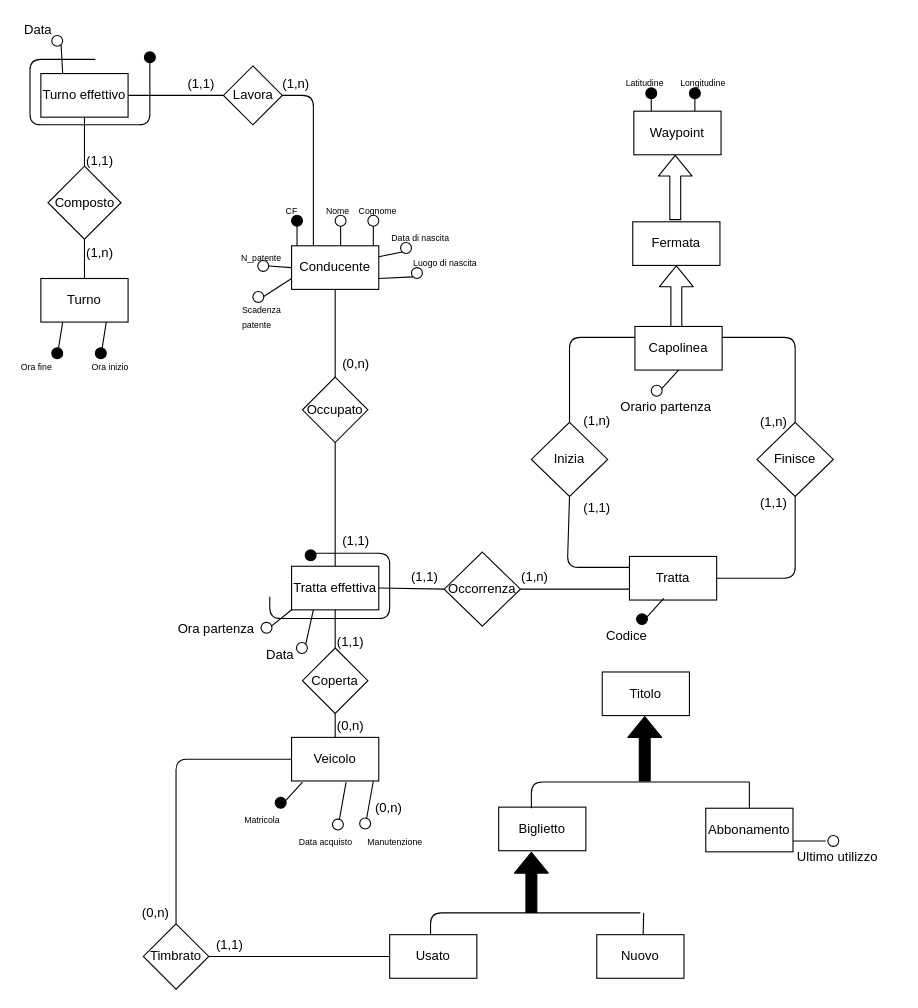
Ivan-Palm/Progetto-Basi-di-Dati keeps this draw.io diagram as ER ristrutturato.drawio. Above is the earlier version. Source tidied: cells renumbered, new cells numbered last; positions are measured from the earlier drawing's top-left corner, leaving out a move shared by most shapes. Both pictures are drawn from the tidied source at 109%, with x=0, y=0 at pixel (19, 19).
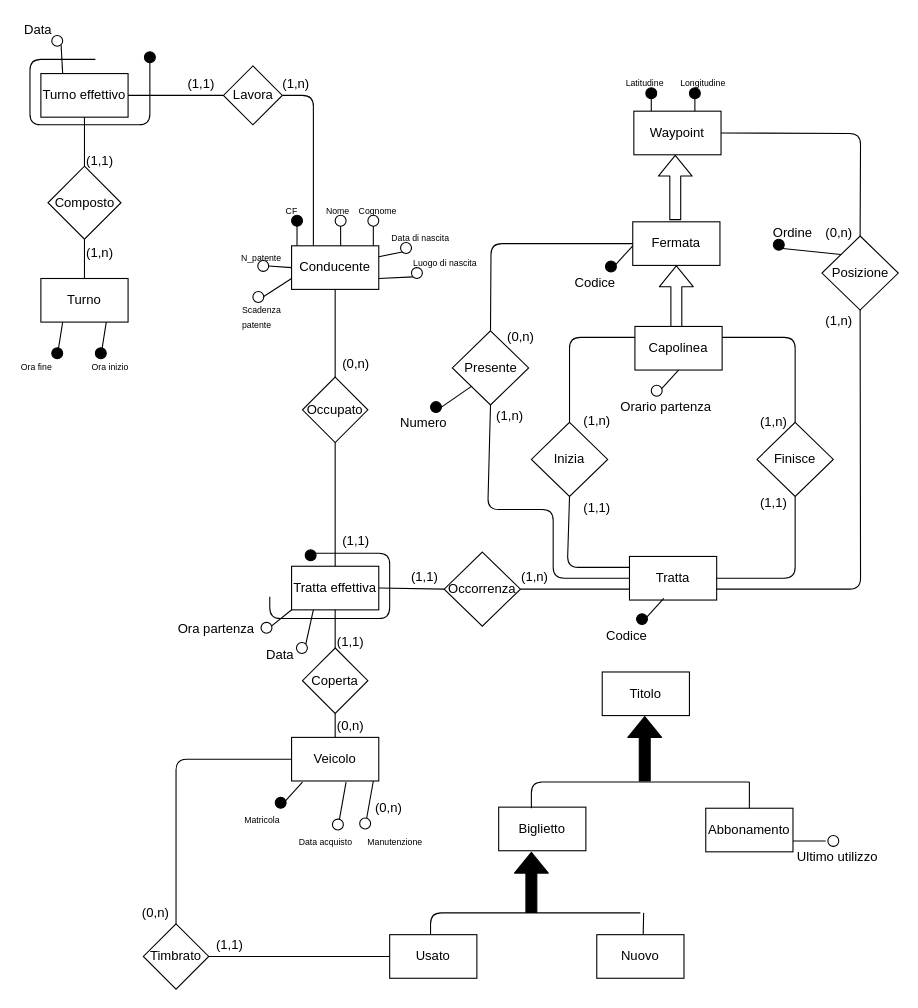
After the change.

Unchanged cells that the change refers to:
```xml
<mxCell id="6" value="Tratta" style="rounded=0;whiteSpace=wrap;html=1;" parent="1" vertex="1">
  <mxGeometry x="560" y="493" width="80" height="40" as="geometry" />
</mxCell>
<mxCell id="8" value="Fermata" style="rounded=0;whiteSpace=wrap;html=1;" parent="1" vertex="1">
  <mxGeometry x="563" y="186" width="80" height="40" as="geometry" />
</mxCell>
<mxCell id="14" value="Waypoint" style="rounded=0;whiteSpace=wrap;html=1;" parent="1" vertex="1">
  <mxGeometry x="564" y="84.5" width="80" height="40" as="geometry" />
</mxCell>
```

Change to the diagram source:
```diff
@@
+    <mxCell id="129" style="endArrow=none;html=1;fillColor=#000000;exitX=0.125;exitY=1.025;exitDx=0;exitDy=0;exitPerimeter=0;" parent="1" edge="1">
+      <mxGeometry relative="1" as="geometry">
+        <mxPoint x="563" y="208" as="sourcePoint" />
+        <mxPoint x="543" y="230" as="targetPoint" />
+      </mxGeometry>
+    </mxCell>
+    <mxCell id="130" value="Codice" style="text;html=1;align=left;verticalAlign=top;spacingTop=-4;" parent="1" vertex="1">
+      <mxGeometry x="508" y="232" width="50" height="20" as="geometry" />
+    </mxCell>
+    <mxCell id="131" style="ellipse;whiteSpace=wrap;html=1;fillColor=#000000;" parent="1" vertex="1">
+      <mxGeometry x="538" y="222" width="10" height="10" as="geometry" />
+    </mxCell>
+    <mxCell id="132" style="endArrow=none;html=1;entryX=0.5;entryY=1;entryDx=0;entryDy=0;exitX=0;exitY=0.5;exitDx=0;exitDy=0;" parent="1" edge="1" source="6" target="133">
+      <mxGeometry relative="1" as="geometry">
+        <Array as="points">
+          <mxPoint x="490" y="513" />
+          <mxPoint x="490" y="450" />
+          <mxPoint x="430" y="450" />
+        </Array>
+      </mxGeometry>
+    </mxCell>
+    <mxCell id="133" value="Presente" style="rhombus;whiteSpace=wrap;html=1;" parent="1" vertex="1">
+      <mxGeometry x="397.5" y="286" width="70" height="68" as="geometry" />
+    </mxCell>
+    <mxCell id="134" style="endArrow=none;html=1;entryX=0;entryY=0.5;entryDx=0;entryDy=0;exitX=0.5;exitY=0;exitDx=0;exitDy=0;" parent="1" edge="1" source="133" target="8">
+      <mxGeometry relative="1" as="geometry">
+        <Array as="points">
+          <mxPoint x="433" y="206" />
+        </Array>
+      </mxGeometry>
+    </mxCell>
+    <mxCell id="135" style="ellipse;whiteSpace=wrap;html=1;fillColor=#000000;" parent="1" vertex="1">
+      <mxGeometry x="692" y="202" width="10" height="10" as="geometry" />
+    </mxCell>
+    <mxCell id="136" value="Ordine" style="text;html=1;align=left;verticalAlign=top;spacingTop=-4;" parent="1" vertex="1">
+      <mxGeometry x="690" y="186" width="50" height="20" as="geometry" />
+    </mxCell>
+    <mxCell id="137" style="endArrow=none;html=1;exitX=1;exitY=0.75;exitDx=0;exitDy=0;entryX=0.5;entryY=1;entryDx=0;entryDy=0;" parent="1" edge="1" source="6" target="138">
+      <mxGeometry relative="1" as="geometry">
+        <Array as="points">
+          <mxPoint x="772" y="523" />
+        </Array>
+      </mxGeometry>
+    </mxCell>
+    <mxCell id="138" value="Posizione" style="rhombus;whiteSpace=wrap;html=1;" parent="1" vertex="1">
+      <mxGeometry x="736.6" y="199" width="70" height="68" as="geometry" />
+    </mxCell>
+    <mxCell id="139" style="endArrow=none;html=1;exitX=0.5;exitY=0;exitDx=0;exitDy=0;entryX=1;entryY=0.5;entryDx=0;entryDy=0;" parent="1" edge="1" source="138" target="14">
+      <mxGeometry relative="1" as="geometry">
+        <Array as="points">
+          <mxPoint x="772" y="105" />
+        </Array>
+      </mxGeometry>
+    </mxCell>
+    <mxCell id="140" style="ellipse;whiteSpace=wrap;html=1;fillColor=#000000;" parent="1" vertex="1">
+      <mxGeometry x="377.5" y="351" width="10" height="10" as="geometry" />
+    </mxCell>
+    <mxCell id="141" value="Numero" style="text;html=1;align=left;verticalAlign=top;spacingTop=-4;" parent="1" vertex="1">
+      <mxGeometry x="347.5" y="361" width="60" height="20" as="geometry" />
+    </mxCell>
+    <mxCell id="142" style="endArrow=none;html=1;entryX=0;entryY=1;entryDx=0;entryDy=0;exitX=1;exitY=0.5;exitDx=0;exitDy=0;" parent="1" edge="1" source="140" target="133">
+      <mxGeometry relative="1" as="geometry" />
+    </mxCell>
+    <mxCell id="143" style="endArrow=none;html=1;exitX=0;exitY=0;exitDx=0;exitDy=0;entryX=1;entryY=1;entryDx=0;entryDy=0;" parent="1" edge="1" source="138" target="135">
+      <mxGeometry relative="1" as="geometry" />
+    </mxCell>
+    <mxCell id="144" value="(0,n)" style="text;html=1;align=center;verticalAlign=middle;" parent="1" vertex="1">
+      <mxGeometry x="732" y="186" width="40" height="20" as="geometry" />
+    </mxCell>
+    <mxCell id="145" value="(1,n)" style="text;html=1;align=center;verticalAlign=middle;" parent="1" vertex="1">
+      <mxGeometry x="732" y="267" width="40" height="20" as="geometry" />
+    </mxCell>
+    <mxCell id="146" value="(0,n)" style="text;html=1;align=center;verticalAlign=middle;" parent="1" vertex="1">
+      <mxGeometry x="440" y="281.5" width="40" height="20" as="geometry" />
+    </mxCell>
+    <mxCell id="147" value="(1,n)" style="text;html=1;align=center;verticalAlign=middle;" parent="1" vertex="1">
+      <mxGeometry x="430" y="354" width="40" height="20" as="geometry" />
+    </mxCell>
```
